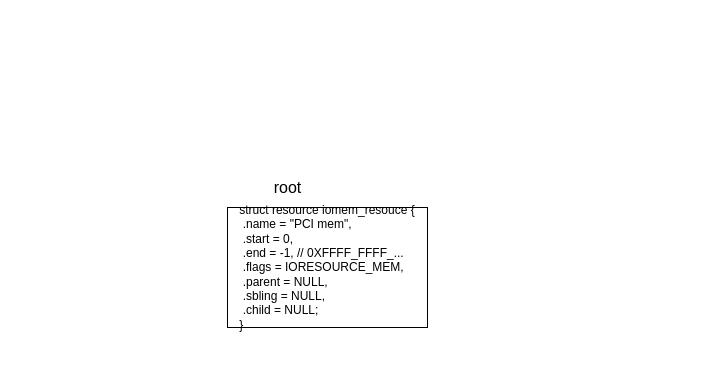
Above: kernel_fs/resource request.drawio in zhoulanyang/mOs (draw.io), before the change. Source tidied: cells renumbered, new cells numbered last; positions are measured from the earlier drawing's top-left corner, leaving out a move shared by most shapes. Both pictures are drawn from the tidied source at 100%, with x=0, y=0 at pixel (227, 177).
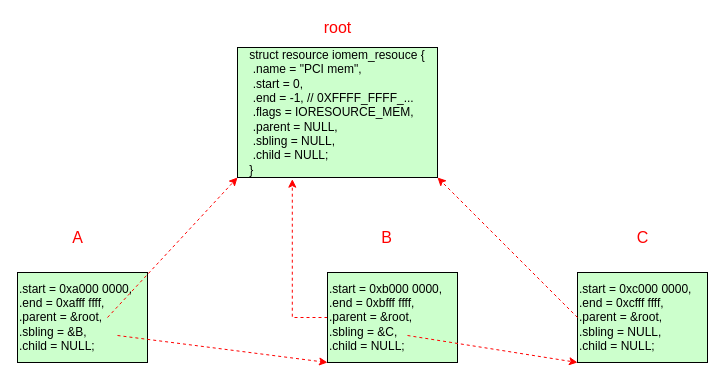
The same diagram, later.

Diff of the diagram source:
```diff
@@
 <mxGraphModel>
   <root>
     <mxCell id="0" />
     <mxCell id="1" parent="0" />
-    <mxCell id="2" value="&lt;div style=&quot;text-align: left&quot;&gt;&lt;span&gt;struct resource iomem_resouce&amp;nbsp;&lt;/span&gt;&lt;span&gt;{&lt;/span&gt;&lt;/div&gt;&lt;div style=&quot;text-align: left&quot;&gt;&lt;span style=&quot;white-space: pre&quot;&gt; &lt;/span&gt;.name = &quot;PCI mem&quot;,&lt;br&gt;&lt;/div&gt;&lt;div style=&quot;text-align: left&quot;&gt;&lt;span style=&quot;white-space: pre&quot;&gt; &lt;/span&gt;.start = 0,&lt;br&gt;&lt;/div&gt;&lt;div style=&quot;text-align: left&quot;&gt;&lt;span style=&quot;white-space: pre&quot;&gt; &lt;/span&gt;.end = -1,&amp;nbsp;// 0XFFFF_FFFF_...&lt;br&gt;&lt;/div&gt;&lt;div style=&quot;text-align: left&quot;&gt;&lt;span style=&quot;white-space: pre&quot;&gt; &lt;/span&gt;.flags = IORESOURCE_MEM,&lt;br&gt;&lt;/div&gt;&lt;div style=&quot;text-align: left&quot;&gt;&lt;span style=&quot;white-space: pre&quot;&gt; &lt;/span&gt;.parent = NULL,&lt;/div&gt;&lt;div style=&quot;text-align: left&quot;&gt;&lt;span style=&quot;white-space: pre&quot;&gt; &lt;/span&gt;.sbling = NULL,&lt;/div&gt;&lt;div style=&quot;text-align: left&quot;&gt;&lt;span style=&quot;white-space: pre&quot;&gt; &lt;/span&gt;.child = NULL;&lt;br&gt;&lt;/div&gt;&lt;div style=&quot;text-align: left&quot;&gt;&lt;span&gt;}&lt;/span&gt;&lt;/div&gt;" style="whiteSpace=wrap;html=1;" parent="1" vertex="1">
-      <mxGeometry y="30" width="200" height="120" as="geometry" />
+    <mxCell id="2" value="&lt;div style=&quot;text-align: left&quot;&gt;&lt;span&gt;struct resource iomem_resouce&amp;nbsp;&lt;/span&gt;&lt;span&gt;{&lt;/span&gt;&lt;/div&gt;&lt;div style=&quot;text-align: left&quot;&gt;&lt;span style=&quot;white-space: pre&quot;&gt; &lt;/span&gt;.name = &quot;PCI mem&quot;,&lt;br&gt;&lt;/div&gt;&lt;div style=&quot;text-align: left&quot;&gt;&lt;span style=&quot;white-space: pre&quot;&gt; &lt;/span&gt;.start = 0,&lt;br&gt;&lt;/div&gt;&lt;div style=&quot;text-align: left&quot;&gt;&lt;span style=&quot;white-space: pre&quot;&gt; &lt;/span&gt;.end = -1,&amp;nbsp;// 0XFFFF_FFFF_...&lt;br&gt;&lt;/div&gt;&lt;div style=&quot;text-align: left&quot;&gt;&lt;span style=&quot;white-space: pre&quot;&gt; &lt;/span&gt;.flags = IORESOURCE_MEM,&lt;br&gt;&lt;/div&gt;&lt;div style=&quot;text-align: left&quot;&gt;&lt;span style=&quot;white-space: pre&quot;&gt; &lt;/span&gt;.parent = NULL,&lt;/div&gt;&lt;div style=&quot;text-align: left&quot;&gt;&lt;span style=&quot;white-space: pre&quot;&gt; &lt;/span&gt;.sbling = NULL,&lt;/div&gt;&lt;div style=&quot;text-align: left&quot;&gt;&lt;span style=&quot;white-space: pre&quot;&gt; &lt;/span&gt;.child = NULL;&lt;br&gt;&lt;/div&gt;&lt;div style=&quot;text-align: left&quot;&gt;&lt;span&gt;}&lt;/span&gt;&lt;/div&gt;" style="whiteSpace=wrap;html=1;fillColor=#CCFFCC;" parent="1" vertex="1">
+      <mxGeometry x="10" y="-130" width="200" height="130" as="geometry" />
     </mxCell>
-    <mxCell id="3" value="&lt;font style=&quot;font-size: 16px&quot;&gt;root&lt;/font&gt;" style="text;html=1;align=center;verticalAlign=middle;fillColor=none;strokeColor=none;rounded=0;" parent="1" vertex="1">
-      <mxGeometry x="40" width="40" height="20" as="geometry" />
+    <mxCell id="3" value="&lt;font style=&quot;font-size: 16px&quot; color=&quot;#ff0000&quot;&gt;root&lt;/font&gt;" style="text;html=1;align=center;verticalAlign=middle;fillColor=none;strokeColor=none;rounded=0;" parent="1" vertex="1">
+      <mxGeometry x="90" y="-160" width="40" height="20" as="geometry" />
     </mxCell>
+    <mxCell id="4" value="&lt;font style=&quot;font-size: 16px&quot; color=&quot;#ff0000&quot;&gt;A&lt;/font&gt;" style="text;html=1;align=center;verticalAlign=middle;fillColor=none;strokeColor=none;rounded=0;" parent="1" vertex="1">
+      <mxGeometry x="-165" y="50" width="30" height="20" as="geometry" />
+    </mxCell>
+    <mxCell id="5" value="&lt;font style=&quot;font-size: 16px&quot; color=&quot;#ff0000&quot;&gt;B&lt;/font&gt;" style="text;html=1;align=center;verticalAlign=middle;fillColor=none;strokeColor=none;rounded=0;" parent="1" vertex="1">
+      <mxGeometry x="144" y="50" width="30" height="20" as="geometry" />
+    </mxCell>
+    <mxCell id="6" value="&lt;font style=&quot;font-size: 16px&quot; color=&quot;#ff0000&quot;&gt;C&lt;/font&gt;" style="text;html=1;align=center;verticalAlign=middle;fillColor=none;strokeColor=none;rounded=0;" parent="1" vertex="1">
+      <mxGeometry x="400" y="50" width="30" height="20" as="geometry" />
+    </mxCell>
+    <mxCell id="7" style="edgeStyle=orthogonalEdgeStyle;rounded=0;jettySize=auto;html=1;exitX=0;exitY=0.5;exitDx=0;exitDy=0;entryX=0.274;entryY=1.013;entryDx=0;entryDy=0;entryPerimeter=0;fontSize=16;fontColor=#FF0000;strokeColor=#FF0000;dashed=1;" parent="1" edge="1" source="8" target="2">
+      <mxGeometry relative="1" as="geometry" />
+    </mxCell>
+    <mxCell id="8" value="&lt;div&gt;&lt;br&gt;&lt;/div&gt;&lt;div&gt;.start = 0xb000 0000,&lt;br&gt;&lt;/div&gt;&lt;div&gt;.end = 0xbfff ffff,&amp;nbsp;&lt;/div&gt;&lt;div&gt;.parent = &amp;amp;root,&lt;/div&gt;&lt;div&gt;.sbling = &amp;amp;C,&lt;/div&gt;&lt;div&gt;.child = NULL;&lt;br&gt;&lt;/div&gt;&lt;div&gt;&lt;br&gt;&lt;/div&gt;" style="whiteSpace=wrap;html=1;fillColor=#CCFFCC;align=left;" parent="1" vertex="1">
+      <mxGeometry x="100" y="95" width="130" height="90" as="geometry" />
+    </mxCell>
+    <mxCell id="9" value="&lt;div&gt;&lt;br&gt;&lt;/div&gt;&lt;div&gt;.start = 0xa000 0000,&lt;br&gt;&lt;/div&gt;&lt;div&gt;.end = 0xafff ffff,&amp;nbsp;&lt;/div&gt;&lt;div&gt;.parent = &amp;amp;root,&lt;/div&gt;&lt;div&gt;.sbling = &amp;amp;B,&lt;/div&gt;&lt;div&gt;.child = NULL;&lt;br&gt;&lt;/div&gt;&lt;div&gt;&lt;br&gt;&lt;/div&gt;" style="whiteSpace=wrap;html=1;fillColor=#CCFFCC;align=left;" parent="1" vertex="1">
+      <mxGeometry x="-210" y="95" width="130" height="90" as="geometry" />
+    </mxCell>
+    <mxCell id="10" value="&lt;div&gt;&lt;br&gt;&lt;/div&gt;&lt;div&gt;.start = 0xc000 0000,&lt;br&gt;&lt;/div&gt;&lt;div&gt;.end = 0xcfff ffff,&amp;nbsp;&lt;/div&gt;&lt;div&gt;.parent = &amp;amp;root,&lt;/div&gt;&lt;div&gt;.sbling = NULL,&lt;/div&gt;&lt;div&gt;.child = NULL;&lt;br&gt;&lt;/div&gt;&lt;div&gt;&lt;br&gt;&lt;/div&gt;" style="whiteSpace=wrap;html=1;fillColor=#CCFFCC;align=left;" parent="1" vertex="1">
+      <mxGeometry x="350" y="95" width="130" height="90" as="geometry" />
+    </mxCell>
+    <mxCell id="11" style="rounded=0;jettySize=auto;html=1;entryX=0;entryY=1;entryDx=0;entryDy=0;fontSize=16;fontColor=#FF0000;strokeColor=#FF0000;dashed=1;" parent="1" edge="1" target="2">
+      <mxGeometry relative="1" as="geometry">
+        <mxPoint x="-120" y="140" as="sourcePoint" />
+      </mxGeometry>
+    </mxCell>
+    <mxCell id="12" style="rounded=0;jettySize=auto;html=1;entryX=1;entryY=1;entryDx=0;entryDy=0;fontSize=16;fontColor=#FF0000;exitX=0;exitY=0.5;exitDx=0;exitDy=0;strokeColor=#FF0000;dashed=1;" parent="1" edge="1" source="10" target="2">
+      <mxGeometry relative="1" as="geometry" />
+    </mxCell>
+    <mxCell id="13" style="rounded=0;jettySize=auto;html=1;fontSize=16;fontColor=#FF0000;entryX=0;entryY=1;entryDx=0;entryDy=0;strokeColor=#FF0000;dashed=1;" parent="1" edge="1" target="8">
+      <mxGeometry relative="1" as="geometry">
+        <mxPoint x="-110" y="158" as="sourcePoint" />
+      </mxGeometry>
+    </mxCell>
+    <mxCell id="14" style="rounded=0;orthogonalLoop=1;jettySize=auto;html=1;fontSize=16;fontColor=#FF0000;entryX=0;entryY=1;entryDx=0;entryDy=0;strokeColor=#FF0000;dashed=1;" parent="1" edge="1">
+      <mxGeometry relative="1" as="geometry">
+        <mxPoint x="180" y="158" as="sourcePoint" />
+        <mxPoint x="350" y="185" as="targetPoint" />
+      </mxGeometry>
+    </mxCell>
   </root>
 </mxGraphModel>
```
